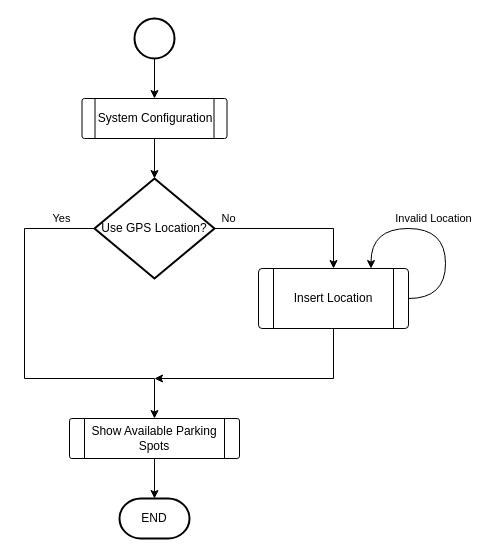
Above: page "WebSite_Flowchart" (4 of 4) of project/report/flowcharts/RemoteSystem.drawio in ESRGgroup9/slipad (draw.io), before the change. Source tidied: cells renumbered, new cells numbered last; positions are measured from the earlier drawing's top-left corner, leaving out a move shared by most shapes. Both pictures are drawn from the tidied source at 100%, with x=0, y=0 at pixel (24, 18).
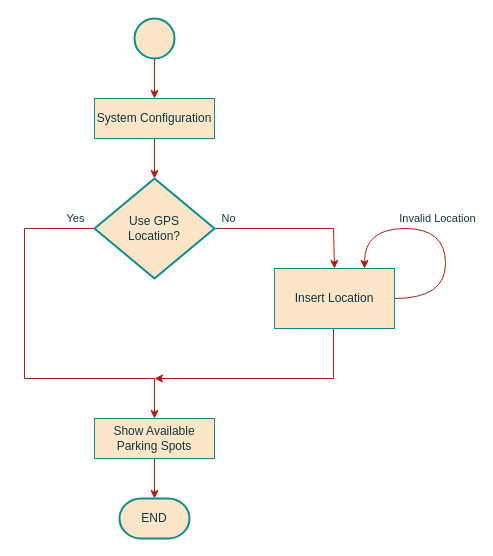
The same page after the edit.

Change to the diagram source:
```diff
@@
-    <mxCell id="2" style="edgeStyle=orthogonalEdgeStyle;rounded=0;jettySize=auto;html=1;entryX=0.5;entryY=0;entryDx=0;entryDy=0;strokeWidth=1;" parent="1" edge="1" source="3" target="5">
+    <mxCell id="2" style="edgeStyle=orthogonalEdgeStyle;rounded=0;jettySize=auto;html=1;entryX=0.5;entryY=0;entryDx=0;entryDy=0;strokeWidth=1;labelBackgroundColor=#DAD2D8;strokeColor=#A8201A;fontColor=#143642;" parent="1" edge="1" source="3" target="5">
       <mxGeometry relative="1" as="geometry" />
     </mxCell>
-    <mxCell id="3" style="strokeWidth=2;html=1;shape=mxgraph.flowchart.start_2;whiteSpace=wrap;align=center;verticalAlign=top;" parent="1" vertex="1">
+    <mxCell id="3" style="strokeWidth=2;html=1;shape=mxgraph.flowchart.start_2;whiteSpace=wrap;align=center;verticalAlign=top;fillColor=#FAE5C7;strokeColor=#0F8B8D;fontColor=#143642;" parent="1" vertex="1">
       <mxGeometry x="110" width="40" height="40" as="geometry" />
     </mxCell>
-    <mxCell id="4" style="edgeStyle=orthogonalEdgeStyle;rounded=0;jettySize=auto;html=1;entryX=0.5;entryY=0;entryDx=0;entryDy=0;entryPerimeter=0;strokeWidth=1;verticalAlign=middle;" parent="1" edge="1" source="5" target="8">
+    <mxCell id="4" style="edgeStyle=orthogonalEdgeStyle;rounded=0;jettySize=auto;html=1;entryX=0.5;entryY=0;entryDx=0;entryDy=0;entryPerimeter=0;strokeWidth=1;verticalAlign=middle;labelBackgroundColor=#DAD2D8;strokeColor=#A8201A;fontColor=#143642;exitX=0.5;exitY=1;exitDx=0;exitDy=0;" parent="1" edge="1" source="5" target="8">
       <mxGeometry relative="1" as="geometry" />
     </mxCell>
-    <mxCell id="5" value="System Configuration" style="verticalLabelPosition=middle;verticalAlign=middle;html=1;shape=process;whiteSpace=wrap;rounded=1;size=0.08620689655172414;arcSize=6;fillColor=none;labelPosition=center;align=center;" parent="1" vertex="1">
-      <mxGeometry x="57.5" y="80" width="145" height="40" as="geometry" />
-    </mxCell>
-    <mxCell id="6" value="Yes" style="edgeStyle=orthogonalEdgeStyle;rounded=0;jettySize=auto;html=1;strokeWidth=1;verticalAlign=middle;" parent="1" edge="1" source="8" target="13">
-      <mxGeometry x="-0.83" y="-10" relative="1" as="geometry">
+    <mxCell id="6" value="Yes" style="edgeStyle=orthogonalEdgeStyle;rounded=0;jettySize=auto;html=1;strokeWidth=1;verticalAlign=middle;labelBackgroundColor=none;strokeColor=#A8201A;fontColor=#143642;entryX=0.5;entryY=0;entryDx=0;entryDy=0;" parent="1" edge="1" source="8" target="13">
+      <mxGeometry x="-0.9" y="-10" relative="1" as="geometry">
         <Array as="points">
           <mxPoint y="210" />
           <mxPoint y="360" />
           <mxPoint x="130" y="360" />
         </Array>
       </mxGeometry>
     </mxCell>
-    <mxCell id="7" value="No" style="edgeStyle=orthogonalEdgeStyle;rounded=0;jettySize=auto;html=1;strokeWidth=1;verticalAlign=middle;entryX=0.5;entryY=0;entryDx=0;entryDy=0;exitX=1;exitY=0.5;exitDx=0;exitDy=0;exitPerimeter=0;" parent="1" edge="1" source="8" target="10">
+    <mxCell id="7" value="No" style="edgeStyle=orthogonalEdgeStyle;rounded=0;jettySize=auto;html=1;strokeWidth=1;verticalAlign=middle;entryX=0.5;entryY=0;entryDx=0;entryDy=0;exitX=1;exitY=0.5;exitDx=0;exitDy=0;exitPerimeter=0;labelBackgroundColor=none;strokeColor=#A8201A;fontColor=#143642;" parent="1" edge="1" source="8" target="10">
       <mxGeometry x="-0.83" y="10" relative="1" as="geometry">
         <Array as="points">
           <mxPoint x="309" y="210" />
         </Array>
       </mxGeometry>
     </mxCell>
-    <mxCell id="8" value="Use GPS Location?" style="strokeWidth=2;html=1;shape=mxgraph.flowchart.decision;whiteSpace=wrap;fillColor=none;align=center;verticalAlign=middle;" parent="1" vertex="1">
+    <mxCell id="8" value="&lt;div&gt;Use GPS &lt;br&gt;&lt;/div&gt;&lt;div&gt;Location?&lt;/div&gt;" style="strokeWidth=2;html=1;shape=mxgraph.flowchart.decision;whiteSpace=wrap;fillColor=#FAE5C7;align=center;verticalAlign=middle;strokeColor=#0F8B8D;fontColor=#143642;" parent="1" vertex="1">
       <mxGeometry x="70" y="160" width="120" height="100" as="geometry" />
     </mxCell>
-    <mxCell id="9" style="edgeStyle=orthogonalEdgeStyle;rounded=0;jettySize=auto;html=1;strokeWidth=1;verticalAlign=middle;" parent="1" edge="1" source="10">
+    <mxCell id="9" style="edgeStyle=orthogonalEdgeStyle;rounded=0;jettySize=auto;html=1;strokeWidth=1;verticalAlign=middle;labelBackgroundColor=#DAD2D8;strokeColor=#A8201A;fontColor=#143642;exitX=0.5;exitY=1;exitDx=0;exitDy=0;" parent="1" edge="1" source="10">
       <mxGeometry relative="1" as="geometry">
         <mxPoint x="130" y="360" as="targetPoint" />
         <Array as="points">
+          <mxPoint x="309" y="310" />
           <mxPoint x="309" y="360" />
         </Array>
       </mxGeometry>
     </mxCell>
-    <mxCell id="10" value="Insert Location" style="verticalLabelPosition=middle;verticalAlign=middle;html=1;shape=process;whiteSpace=wrap;rounded=1;size=0.1;arcSize=6;fillColor=none;labelPosition=center;align=center;" parent="1" vertex="1">
-      <mxGeometry x="234" y="250" width="150" height="60" as="geometry" />
-    </mxCell>
-    <mxCell id="11" value="Invalid Location" style="edgeStyle=orthogonalEdgeStyle;rounded=0;orthogonalLoop=1;jettySize=auto;exitX=1;exitY=0.5;exitDx=0;exitDy=0;strokeWidth=1;curved=1;entryX=0.75;entryY=0;entryDx=0;entryDy=0;html=1;" parent="1" edge="1" source="10" target="10">
+    <mxCell id="11" value="Invalid Location" style="edgeStyle=orthogonalEdgeStyle;rounded=0;orthogonalLoop=1;jettySize=auto;exitX=1;exitY=0.5;exitDx=0;exitDy=0;strokeWidth=1;curved=1;entryX=0.75;entryY=0;entryDx=0;entryDy=0;html=1;labelBackgroundColor=none;strokeColor=#A8201A;fontColor=#143642;" parent="1" edge="1" source="10" target="10">
       <mxGeometry x="0.07" y="-10" relative="1" as="geometry">
         <Array as="points">
           <mxPoint x="421" y="280" />
           <mxPoint x="421" y="210" />
-          <mxPoint x="347" y="210" />
+          <mxPoint x="340" y="210" />
         </Array>
       </mxGeometry>
     </mxCell>
-    <mxCell id="12" style="edgeStyle=orthogonalEdgeStyle;rounded=0;jettySize=auto;html=1;entryX=0.5;entryY=0;entryDx=0;entryDy=0;entryPerimeter=0;strokeWidth=1;verticalAlign=middle;" parent="1" edge="1" source="13" target="14">
+    <mxCell id="12" style="edgeStyle=orthogonalEdgeStyle;rounded=0;jettySize=auto;html=1;entryX=0.5;entryY=0;entryDx=0;entryDy=0;entryPerimeter=0;strokeWidth=1;verticalAlign=middle;labelBackgroundColor=#DAD2D8;strokeColor=#A8201A;fontColor=#143642;exitX=0.5;exitY=1;exitDx=0;exitDy=0;" parent="1" edge="1" source="13" target="14">
       <mxGeometry relative="1" as="geometry" />
     </mxCell>
+    <mxCell id="14" value="END" style="strokeWidth=2;html=1;shape=mxgraph.flowchart.terminator;whiteSpace=wrap;fillColor=#FAE5C7;align=center;verticalAlign=middle;strokeColor=#0F8B8D;fontColor=#143642;" parent="1" vertex="1">
+      <mxGeometry x="95" y="480" width="70" height="40" as="geometry" />
+    </mxCell>
+    <mxCell id="5" value="System Configuration" style="rounded=0;whiteSpace=wrap;html=1;sketch=0;fontColor=#143642;strokeColor=#0F8B8D;fillColor=#FAE5C7;" parent="1" vertex="1">
+      <mxGeometry x="70" y="80" width="120" height="40" as="geometry" />
+    </mxCell>
+    <mxCell id="10" value="Insert Location" style="rounded=0;whiteSpace=wrap;html=1;sketch=0;fontColor=#143642;strokeColor=#0F8B8D;fillColor=#FAE5C7;" parent="1" vertex="1">
+      <mxGeometry x="250" y="250" width="120" height="60" as="geometry" />
+    </mxCell>
-    <mxCell id="13" value="Show Available Parking Spots" style="verticalLabelPosition=middle;verticalAlign=middle;html=1;shape=process;whiteSpace=wrap;rounded=1;size=0.08823529411764706;arcSize=6;fillColor=none;labelPosition=center;align=center;" parent="1" vertex="1">
-      <mxGeometry x="45" y="400" width="170" height="40" as="geometry" />
+    <mxCell id="13" value="&lt;div&gt;Show Available &lt;br&gt;&lt;/div&gt;&lt;div&gt;Parking Spots&lt;/div&gt;" style="rounded=0;whiteSpace=wrap;html=1;sketch=0;fontColor=#143642;strokeColor=#0F8B8D;fillColor=#FAE5C7;" parent="1" vertex="1">
+      <mxGeometry x="70" y="400" width="120" height="40" as="geometry" />
     </mxCell>
-    <mxCell id="14" value="END" style="strokeWidth=2;html=1;shape=mxgraph.flowchart.terminator;whiteSpace=wrap;fillColor=none;align=center;verticalAlign=middle;" parent="1" vertex="1">
-      <mxGeometry x="95" y="480" width="70" height="40" as="geometry" />
-    </mxCell>
```
